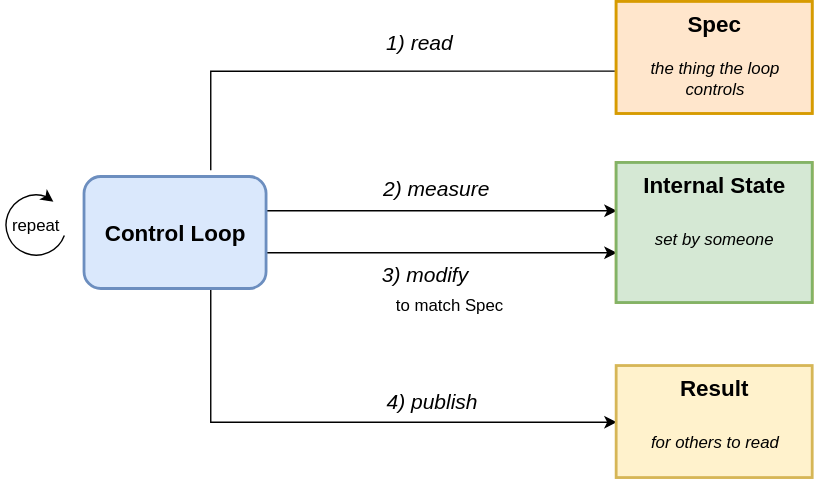
Earlier version of the draw.io export img/control_loop.svg (dec1/kubernetes-operators). Source tidied: cells renumbered, new cells last; positions are measured from the earlier drawing's top-left corner, leaving out a move shared by most shapes.
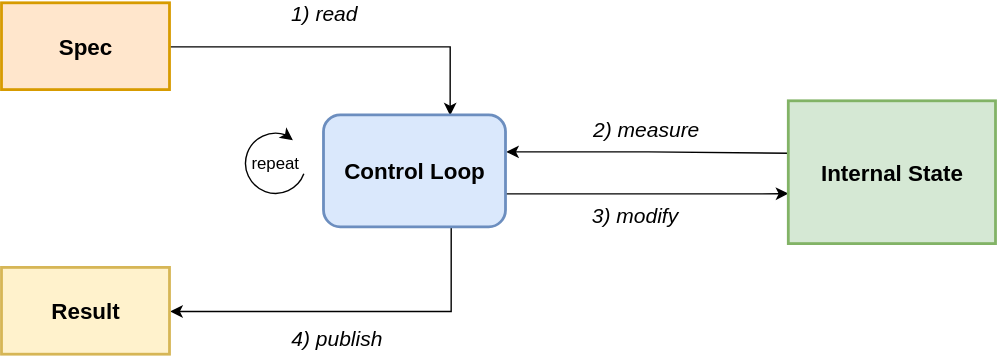
Above is the later version.

Change to the diagram source:
```diff
@@ -2,59 +2,43 @@
   <root>
     <mxCell id="0" />
     <mxCell id="1" parent="0" />
-    <mxCell id="2" style="edgeStyle=orthogonalEdgeStyle;rounded=0;orthogonalLoop=1;jettySize=auto;html=1;defaultLabelBackgroundColor=page;entryX=0.009;entryY=0.616;entryDx=0;entryDy=0;entryPerimeter=0;" parent="1" edge="1">
-      <mxGeometry x="-0.11" relative="1" as="geometry">
-        <mxPoint x="150" y="120" as="sourcePoint" />
-        <mxPoint x="471.3" y="49.3" as="targetPoint" />
-        <Array as="points">
-          <mxPoint x="150" y="50" />
-          <mxPoint x="471.3" y="50" />
-        </Array>
-      </mxGeometry>
+    <mxCell id="2" style="edgeStyle=orthogonalEdgeStyle;rounded=0;jettySize=auto;html=1;defaultLabelBackgroundColor=page;entryX=1;entryY=0.5;entryDx=0;entryDy=0;startArrow=classic;startFill=1;exitX=0.692;exitY=0;exitDx=0;exitDy=0;endArrow=none;endFill=0;" parent="1" edge="1" source="10" target="13">
+      <mxGeometry x="-0.67" relative="1" as="geometry" />
     </mxCell>
     <mxCell id="3" value="&lt;div&gt;&lt;span style=&quot;background-color: transparent; color: light-dark(#000000, var(--ge-light-color, #ffffff));&quot;&gt;1) read&lt;/span&gt;&lt;/div&gt;" style="edgeLabel;html=1;align=center;verticalAlign=bottom;inheritText=fontFamily,fontColor,textOpacity,labelBorderColor,labelBorderWidth,labelBackgroundColor,defaultLabelBackgroundColor,labelPadding;defaultLabelBackgroundColor=page;fontSize=15;fontStyle=2;labelPosition=center;verticalLabelPosition=top;labelPerimeter=1;" parent="2" vertex="1">
-      <mxGeometry x="0.07" y="3" relative="1" as="geometry">
-        <mxPoint x="8" y="-6" as="offset" />
+      <mxGeometry x="-0.64" y="3" relative="1" as="geometry">
+        <mxPoint x="-87" y="-18" as="offset" />
       </mxGeometry>
     </mxCell>
-    <mxCell id="4" style="edgeStyle=orthogonalEdgeStyle;rounded=0;jettySize=auto;html=1;defaultLabelBackgroundColor=page;entryX=0;entryY=0.5;entryDx=0;entryDy=0;" parent="1" edge="1" source="10" target="19">
-      <mxGeometry x="-0.5" relative="1" as="geometry">
-        <Array as="points">
-          <mxPoint x="150" y="300" />
-        </Array>
-      </mxGeometry>
+    <mxCell id="4" style="edgeStyle=orthogonalEdgeStyle;rounded=0;jettySize=auto;html=1;defaultLabelBackgroundColor=page;entryX=1;entryY=0.5;entryDx=0;entryDy=0;exitX=0.699;exitY=1.003;exitDx=0;exitDy=0;" parent="1" edge="1" source="10" target="19">
+      <mxGeometry x="-0.1" relative="1" as="geometry" />
     </mxCell>
     <mxCell id="5" value="&lt;span style=&quot;font-size: 15px; font-style: italic;&quot;&gt;4) publish&lt;/span&gt;" style="edgeLabel;html=1;align=center;verticalAlign=bottom;inheritText=fontFamily,fontColor,fontStyle,textOpacity,labelBorderColor,labelBorderWidth,labelBackgroundColor,defaultLabelBackgroundColor,labelPadding;defaultLabelBackgroundColor=page;fontSize=8;labelPosition=center;verticalLabelPosition=top;labelPerimeter=1;" parent="4" vertex="1">
-      <mxGeometry x="0.33" y="-1" relative="1" as="geometry">
-        <mxPoint x="-3" y="-5" as="offset" />
+      <mxGeometry x="0.42" y="-1" relative="1" as="geometry">
+        <mxPoint x="43" y="31" as="offset" />
       </mxGeometry>
     </mxCell>
-    <mxCell id="6" style="edgeStyle=orthogonalEdgeStyle;rounded=0;orthogonalLoop=1;jettySize=auto;html=1;defaultLabelBackgroundColor=page;labelPosition=center;verticalLabelPosition=bottom;align=center;verticalAlign=top;" parent="1" edge="1">
-      <mxGeometry x="-0.12" relative="1" as="geometry">
-        <mxPoint x="190" y="179" as="sourcePoint" />
-        <mxPoint x="440" y="179" as="targetPoint" />
+    <mxCell id="6" style="edgeStyle=orthogonalEdgeStyle;rounded=0;jettySize=auto;html=1;defaultLabelBackgroundColor=page;labelPosition=center;verticalLabelPosition=bottom;align=center;verticalAlign=top;entryX=-0.003;entryY=0.645;entryDx=0;entryDy=0;entryPerimeter=0;" parent="1" edge="1" target="16">
+      <mxGeometry x="-0.01" relative="1" as="geometry">
+        <mxPoint x="169" y="181" as="sourcePoint" />
         <Array as="points">
-          <mxPoint x="390" y="179" />
+          <mxPoint x="369" y="181" />
         </Array>
       </mxGeometry>
     </mxCell>
     <mxCell id="7" value="&lt;span style=&quot;font-size: 15px; font-style: italic;&quot;&gt;3) modify&lt;br&gt;&lt;/span&gt;" style="edgeLabel;html=1;align=center;verticalAlign=top;inheritText=fontFamily,fontColor,fontStyle,textOpacity,labelBorderColor,labelBorderWidth,labelBackgroundColor,defaultLabelBackgroundColor,labelPadding;defaultLabelBackgroundColor=page;labelPosition=center;verticalLabelPosition=bottom;labelPerimeter=1;fontSize=8;" parent="6" vertex="1">
-      <mxGeometry x="-0.1" y="2" relative="1" as="geometry">
+      <mxGeometry x="0.02" y="2" relative="1" as="geometry">
         <mxPoint x="-1" y="2" as="offset" />
       </mxGeometry>
     </mxCell>
-    <mxCell id="8" style="edgeStyle=orthogonalEdgeStyle;rounded=0;orthogonalLoop=1;jettySize=auto;html=1;defaultLabelBackgroundColor=page;labelPosition=center;verticalLabelPosition=top;align=center;verticalAlign=bottom;entryX=0;entryY=0.25;entryDx=0;entryDy=0;" parent="1" edge="1">
-      <mxGeometry x="0.01" relative="1" as="geometry">
-        <mxPoint x="190" y="149" as="sourcePoint" />
-        <mxPoint x="440" y="149" as="targetPoint" />
-        <Array as="points">
-          <mxPoint x="440" y="149" />
-        </Array>
+    <mxCell id="8" style="edgeStyle=orthogonalEdgeStyle;rounded=0;jettySize=auto;html=1;defaultLabelBackgroundColor=page;labelPosition=center;verticalLabelPosition=top;align=center;verticalAlign=bottom;entryX=0.005;entryY=0.362;entryDx=0;entryDy=0;entryPerimeter=0;endArrow=none;endFill=0;startArrow=classic;startFill=1;" parent="1" edge="1" target="16">
+      <mxGeometry x="0.15" relative="1" as="geometry">
+        <mxPoint x="190" y="151" as="sourcePoint" />
       </mxGeometry>
     </mxCell>
     <mxCell id="9" value="&lt;span style=&quot;font-size: 15px; font-style: italic;&quot;&gt;2) measure&lt;/span&gt;" style="edgeLabel;html=1;align=center;verticalAlign=bottom;inheritText=fontFamily,fontColor,fontStyle,textOpacity,labelBorderColor,labelBorderWidth,labelBackgroundColor,defaultLabelBackgroundColor,labelPadding;defaultLabelBackgroundColor=page;labelPosition=center;verticalLabelPosition=top;labelPerimeter=1;fontSize=8;" parent="8" vertex="1">
-      <mxGeometry x="-0.15" relative="1" as="geometry">
-        <mxPoint x="13" y="-5" as="offset" />
+      <mxGeometry x="-0.04" relative="1" as="geometry">
+        <mxPoint x="1" y="-5" as="offset" />
       </mxGeometry>
     </mxCell>
     <mxCell id="10" value="Control Loop" style="rounded=1;whiteSpace=wrap;html=1;roundedPerimeter=1;fontStyle=1;fontSize=16;fillColor=#dae8fc;strokeColor=#6c8ebf;strokeWidth=2;" parent="1" vertex="1">
@@ -63,35 +47,14 @@
     <mxCell id="11" value="repeat" style="shape=mxgraph.basic.arc;html=1;startAngle=0.3;endAngle=0.1;endArrow=classic;endFill=1;labelPosition=center;verticalLabelPosition=middle;align=center;verticalAlign=middle;fontSize=12;" parent="1" vertex="1">
       <mxGeometry y="135" width="50" height="50" as="geometry" />
     </mxCell>
-    <mxCell id="12" style="group;fillColor=#fff2cc;strokeColor=#d6b656;strokeWidth=2;" parent="1" vertex="1">
-      <mxGeometry x="440" width="140" height="80" as="geometry" />
-    </mxCell>
+    <mxCell id="16" value="Internal State" style="rounded=0;whiteSpace=wrap;html=1;fontStyle=1;verticalAlign=middle;fillColor=#d5e8d4;strokeColor=#82b366;strokeWidth=2;labelPosition=center;verticalLabelPosition=middle;align=center;fontSize=16;" parent="1" vertex="1">
+      <mxGeometry x="392" y="115" width="148" height="102" as="geometry" />
+    </mxCell>
+    <mxCell id="19" value="&lt;font style=&quot;font-size: 16px;&quot;&gt;Result&lt;/font&gt;" style="rounded=0;whiteSpace=wrap;html=1;fontStyle=1;verticalAlign=middle;fillColor=#fff2cc;strokeColor=#d6b656;strokeWidth=2;" parent="1" vertex="1">
+      <mxGeometry x="-170" y="234" width="120" height="62" as="geometry" />
+    </mxCell>
-    <mxCell id="13" value="&lt;font style=&quot;font-size: 16px;&quot;&gt;Spec&lt;/font&gt;" style="rounded=0;whiteSpace=wrap;html=1;fontStyle=1;verticalAlign=top;fillColor=#ffe6cc;strokeColor=#d79b00;strokeWidth=2;" parent="12" vertex="1">
-      <mxGeometry width="140" height="80" as="geometry" />
+    <mxCell id="13" value="&lt;font style=&quot;font-size: 16px;&quot;&gt;Spec&lt;/font&gt;" style="rounded=0;whiteSpace=wrap;html=1;fontStyle=1;verticalAlign=middle;fillColor=#ffe6cc;strokeColor=#d79b00;strokeWidth=2;" parent="1" vertex="1">
+      <mxGeometry x="-170" y="45" width="120" height="62" as="geometry" />
     </mxCell>
-    <mxCell id="14" value="the thing the loop controls" style="text;html=1;whiteSpace=wrap;strokeColor=none;fillColor=none;align=center;verticalAlign=middle;rounded=0;fontStyle=2;" parent="12" vertex="1">
-      <mxGeometry x="21.5" y="40" width="96.9" height="30" as="geometry" />
-    </mxCell>
-    <mxCell id="15" style="group;fillColor=#fff2cc;strokeColor=#d6b656;strokeWidth=2;" parent="1" vertex="1">
-      <mxGeometry x="440" y="115" width="140" height="100" as="geometry" />
-    </mxCell>
-    <mxCell id="16" value="&lt;font style=&quot;font-size: 16px;&quot;&gt;Internal State&lt;/font&gt;" style="rounded=0;whiteSpace=wrap;html=1;fontStyle=1;verticalAlign=top;fillColor=#d5e8d4;strokeColor=#82b366;strokeWidth=2;" parent="15" vertex="1">
-      <mxGeometry width="140" height="100" as="geometry" />
-    </mxCell>
-    <mxCell id="17" value="set by someone" style="text;html=1;whiteSpace=wrap;strokeColor=none;fillColor=none;align=center;verticalAlign=middle;rounded=0;fontStyle=2;" parent="15" vertex="1">
-      <mxGeometry x="15" y="40" width="110" height="30" as="geometry" />
-    </mxCell>
-    <mxCell id="18" style="group;" parent="1" vertex="1">
-      <mxGeometry x="440" y="260" width="140" height="80" as="geometry" />
-    </mxCell>
-    <mxCell id="19" value="&lt;font style=&quot;font-size: 16px;&quot;&gt;Result&lt;/font&gt;" style="rounded=0;whiteSpace=wrap;html=1;fontStyle=1;verticalAlign=top;fillColor=#fff2cc;strokeColor=#d6b656;strokeWidth=2;" parent="18" vertex="1">
-      <mxGeometry width="140" height="80" as="geometry" />
-    </mxCell>
-    <mxCell id="20" value="for others to read" style="text;html=1;whiteSpace=wrap;strokeColor=none;fillColor=none;align=center;verticalAlign=middle;rounded=0;fontStyle=2;" parent="18" vertex="1">
-      <mxGeometry x="21.5" y="40" width="96.9" height="30" as="geometry" />
-    </mxCell>
-    <mxCell id="21" value="to match Spec" style="text;html=1;whiteSpace=wrap;strokeColor=none;fillColor=none;align=center;verticalAlign=middle;rounded=0;" parent="1" vertex="1">
-      <mxGeometry x="276" y="202" width="90" height="30" as="geometry" />
-    </mxCell>
   </root>
 </mxGraphModel>
```
